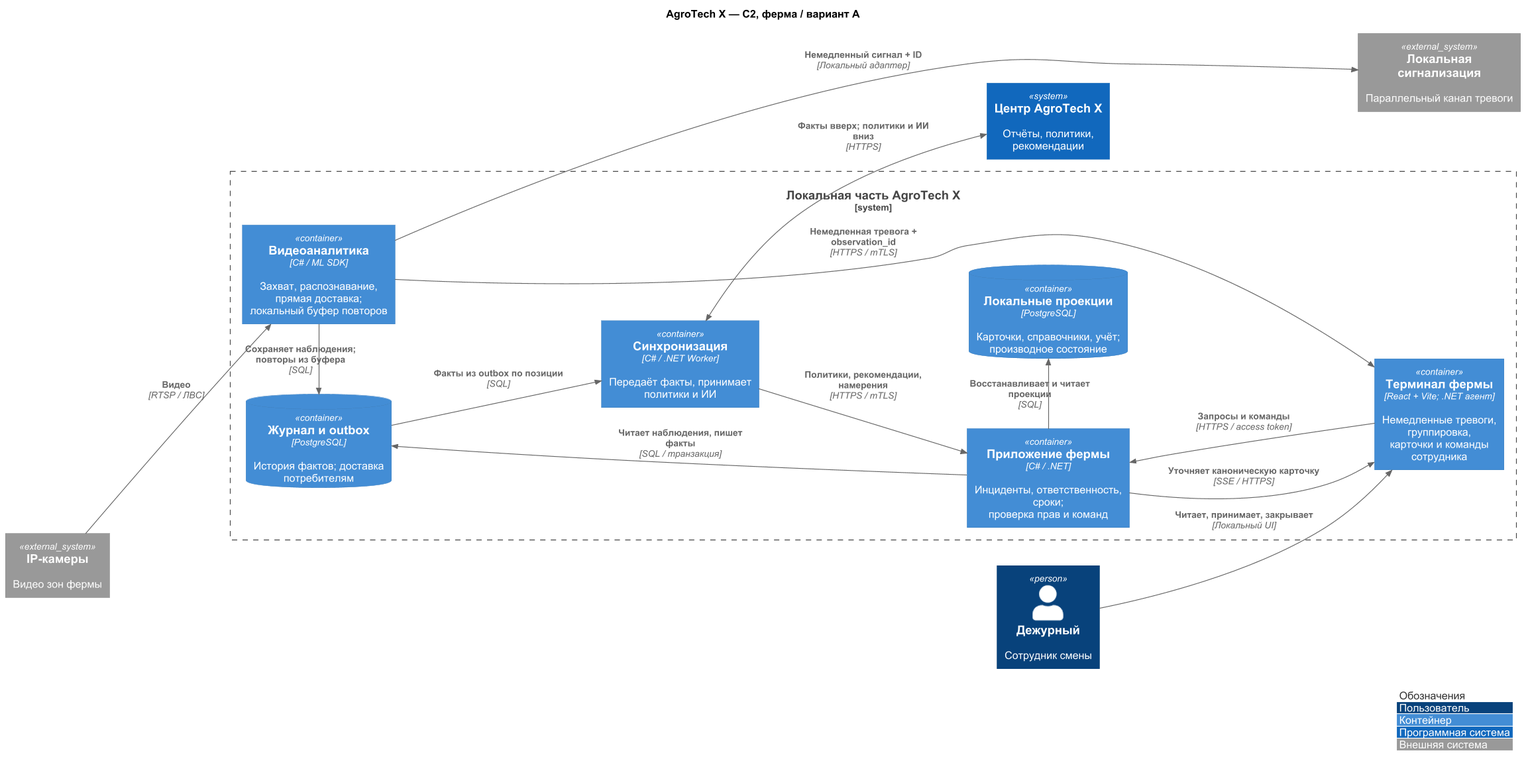
Earlier version of the PlantUML export Task2/diagrams/c2-a-alternative.png (rozhkovsvyat/MSA-AgroTech).
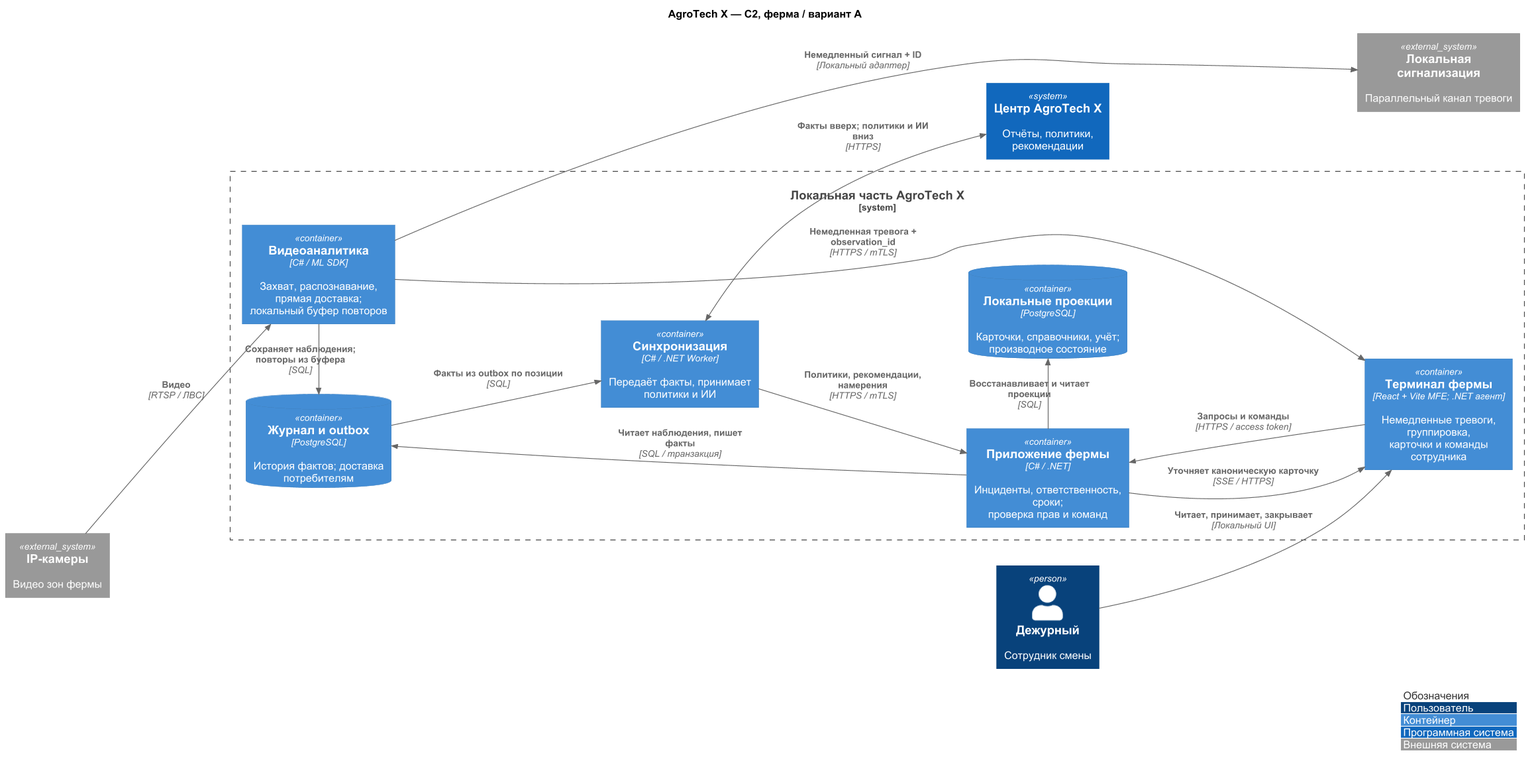
The same file after the commit.

What changed in the source:
```diff
@@ -15,7 +15,7 @@
 System(center, "Центр AgroTech X", "Отчёты, политики, рекомендации")
 System_Boundary(farm, "Локальная часть AgroTech X") {
   Container(video, "Видеоаналитика", "C# / ML SDK", "Захват, распознавание, прямая доставка;\nлокальный буфер повторов")
-  Container(ui, "Терминал фермы", "React + Vite; .NET агент", "Немедленные тревоги, группировка,\nкарточки и команды сотрудника")
+  Container(ui, "Терминал фермы", "React + Vite MFE; .NET агент", "Немедленные тревоги, группировка,\nкарточки и команды сотрудника")
   Container(app, "Приложение фермы", "C# / .NET", "Инциденты, ответственность, сроки;\nпроверка прав и команд")
   ContainerDb(bus, "Журнал и outbox", "PostgreSQL", "История фактов; доставка потребителям")
   ContainerDb(read, "Локальные проекции", "PostgreSQL", "Карточки, справочники, учёт;\nпроизводное состояние")
```
